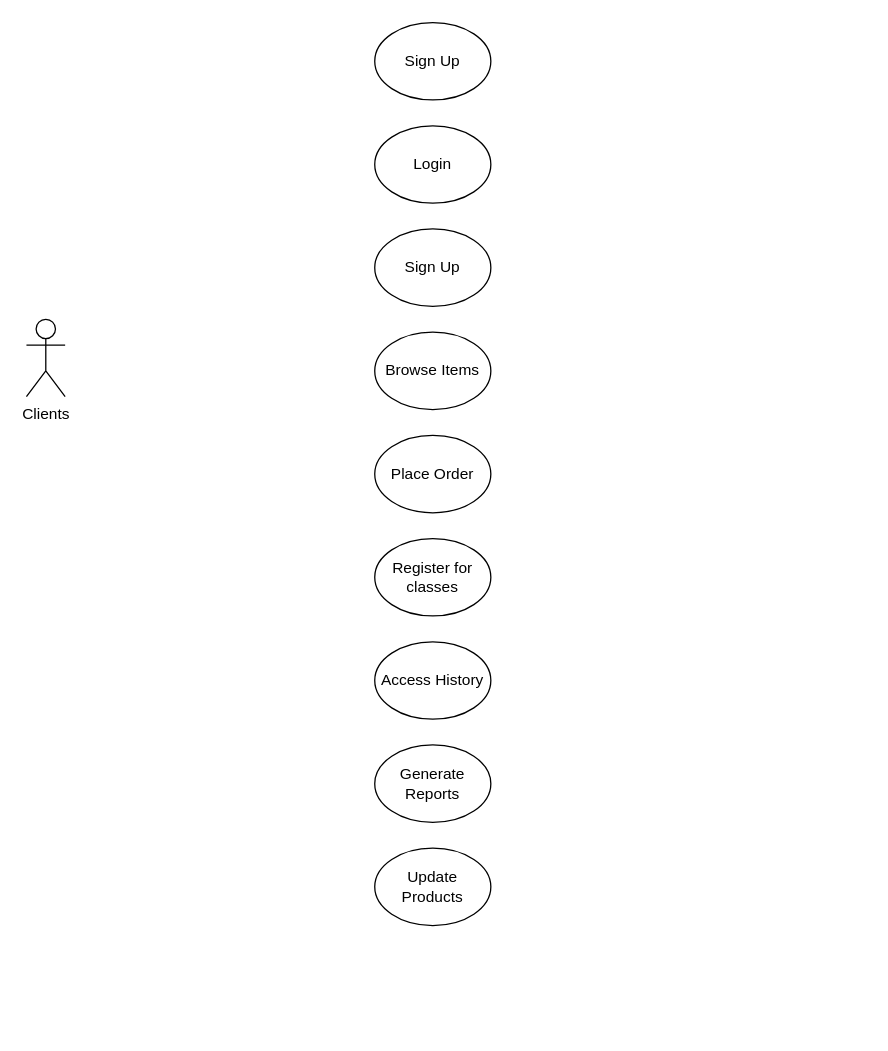
Earlier version of the draw.io diagram Untitled Diagram.drawio (puterifathimah/fyp). Source tidied: cells renumbered, new cells numbered last; positions are measured from the earlier drawing's top-left corner, leaving out a move shared by most shapes. Both pictures are drawn from the tidied source at 129%, with x=0, y=0 at pixel (26, 22).
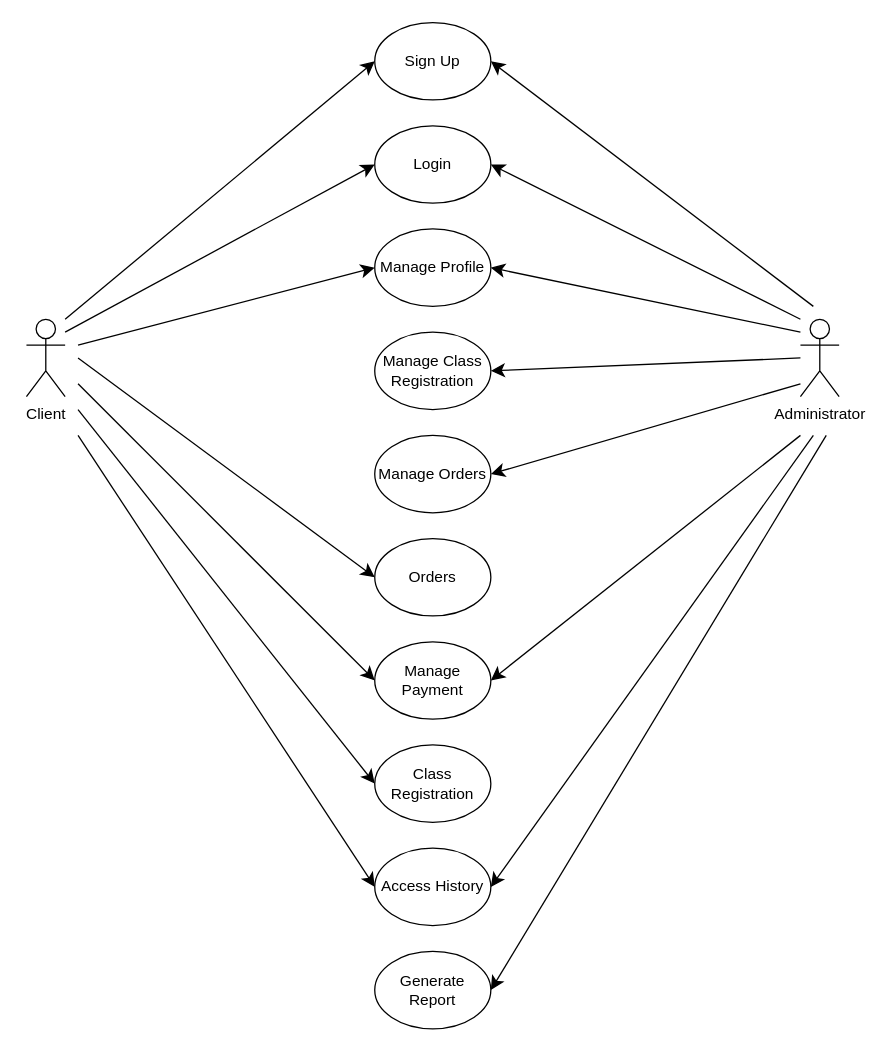
After the change.

Commit message:
USE CASE DIAGRRAM

Unchanged cells that the change refers to:
```xml
<mxCell id="3" value="Sign Up" style="ellipse;whiteSpace=wrap;html=1;" parent="1" vertex="1">
  <mxGeometry x="270" width="90" height="60" as="geometry" />
</mxCell>
<mxCell id="4" value="Login" style="ellipse;whiteSpace=wrap;html=1;" parent="1" vertex="1">
  <mxGeometry x="270" y="80" width="90" height="60" as="geometry" />
</mxCell>
```

Diff of the diagram source:
```diff
@@
-    <mxCell id="2" value="Clients" style="shape=umlActor;verticalLabelPosition=bottom;verticalAlign=top;html=1;" parent="1" vertex="1">
+    <mxCell id="2" value="Client" style="shape=umlActor;verticalLabelPosition=bottom;verticalAlign=top;html=1;" parent="1" vertex="1">
       <mxGeometry y="230" width="30" height="60" as="geometry" />
     </mxCell>
@@
-    <mxCell id="5" value="Sign Up" style="ellipse;whiteSpace=wrap;html=1;" parent="1" vertex="1">
+    <mxCell id="5" value="Manage Profile" style="ellipse;whiteSpace=wrap;html=1;" parent="1" vertex="1">
       <mxGeometry x="270" y="160" width="90" height="60" as="geometry" />
     </mxCell>
-    <mxCell id="6" value="Generate Reports" style="ellipse;whiteSpace=wrap;html=1;" parent="1" vertex="1">
-      <mxGeometry x="270" y="560" width="90" height="60" as="geometry" />
+    <mxCell id="6" value="Generate Report" style="ellipse;whiteSpace=wrap;html=1;" parent="1" vertex="1">
+      <mxGeometry x="270" y="720" width="90" height="60" as="geometry" />
     </mxCell>
-    <mxCell id="7" value="Place Order" style="ellipse;whiteSpace=wrap;html=1;" parent="1" vertex="1">
+    <mxCell id="7" value="Manage Orders" style="ellipse;whiteSpace=wrap;html=1;" parent="1" vertex="1">
       <mxGeometry x="270" y="320" width="90" height="60" as="geometry" />
     </mxCell>
     <mxCell id="8" value="Access History" style="ellipse;whiteSpace=wrap;html=1;" parent="1" vertex="1">
-      <mxGeometry x="270" y="480" width="90" height="60" as="geometry" />
+      <mxGeometry x="270" y="640" width="90" height="60" as="geometry" />
     </mxCell>
-    <mxCell id="9" value="Update Products" style="ellipse;whiteSpace=wrap;html=1;" parent="1" vertex="1">
-      <mxGeometry x="270" y="640" width="90" height="60" as="geometry" />
+    <mxCell id="9" value="Class Registration" style="ellipse;whiteSpace=wrap;html=1;" parent="1" vertex="1">
+      <mxGeometry x="270" y="560" width="90" height="60" as="geometry" />
     </mxCell>
-    <mxCell id="10" value="Browse Items" style="ellipse;whiteSpace=wrap;html=1;" parent="1" vertex="1">
+    <mxCell id="10" value="Manage Class Registration" style="ellipse;whiteSpace=wrap;html=1;" parent="1" vertex="1">
       <mxGeometry x="270" y="240" width="90" height="60" as="geometry" />
     </mxCell>
-    <mxCell id="11" value="Register for classes" style="ellipse;whiteSpace=wrap;html=1;" parent="1" vertex="1">
-      <mxGeometry x="270" y="400" width="90" height="60" as="geometry" />
+    <mxCell id="11" value="Manage Payment" style="ellipse;whiteSpace=wrap;html=1;" parent="1" vertex="1">
+      <mxGeometry x="270" y="480" width="90" height="60" as="geometry" />
     </mxCell>
+    <mxCell id="12" value="Administrator" style="shape=umlActor;verticalLabelPosition=bottom;verticalAlign=top;html=1;" parent="1" vertex="1">
+      <mxGeometry x="600" y="230" width="30" height="60" as="geometry" />
+    </mxCell>
+    <mxCell id="13" style="endArrow=classic;html=1;rounded=0;fontSize=12;startSize=8;endSize=8;curved=1;entryX=0;entryY=0.5;entryDx=0;entryDy=0;" parent="1" edge="1" target="3">
+      <mxGeometry relative="1" as="geometry">
+        <mxPoint x="30" y="230" as="sourcePoint" />
+      </mxGeometry>
+    </mxCell>
+    <mxCell id="14" style="endArrow=classic;html=1;rounded=0;fontSize=12;startSize=8;endSize=8;curved=1;entryX=0;entryY=0.5;entryDx=0;entryDy=0;" parent="1" edge="1" target="4">
+      <mxGeometry relative="1" as="geometry">
+        <mxPoint x="30" y="240" as="sourcePoint" />
+      </mxGeometry>
+    </mxCell>
+    <mxCell id="15" style="endArrow=classic;html=1;rounded=0;fontSize=12;startSize=8;endSize=8;curved=1;entryX=0;entryY=0.5;entryDx=0;entryDy=0;" parent="1" edge="1" target="5">
+      <mxGeometry relative="1" as="geometry">
+        <mxPoint x="40" y="250" as="sourcePoint" />
+      </mxGeometry>
+    </mxCell>
+    <mxCell id="16" style="endArrow=classic;html=1;rounded=0;fontSize=12;startSize=8;endSize=8;curved=1;entryX=0;entryY=0.5;entryDx=0;entryDy=0;" parent="1" edge="1" target="17">
+      <mxGeometry relative="1" as="geometry">
+        <mxPoint x="40" y="260" as="sourcePoint" />
+      </mxGeometry>
+    </mxCell>
+    <mxCell id="17" value="Orders" style="ellipse;whiteSpace=wrap;html=1;" parent="1" vertex="1">
+      <mxGeometry x="270" y="400" width="90" height="60" as="geometry" />
+    </mxCell>
+    <mxCell id="18" style="endArrow=classic;html=1;rounded=0;fontSize=12;startSize=8;endSize=8;curved=1;entryX=0;entryY=0.5;entryDx=0;entryDy=0;" parent="1" edge="1" target="11">
+      <mxGeometry relative="1" as="geometry">
+        <mxPoint x="40" y="280" as="sourcePoint" />
+      </mxGeometry>
+    </mxCell>
+    <mxCell id="19" style="endArrow=classic;html=1;rounded=0;fontSize=12;startSize=8;endSize=8;curved=1;entryX=0;entryY=0.5;entryDx=0;entryDy=0;" parent="1" edge="1" target="9">
+      <mxGeometry relative="1" as="geometry">
+        <mxPoint x="40" y="300" as="sourcePoint" />
+      </mxGeometry>
+    </mxCell>
+    <mxCell id="20" style="endArrow=classic;html=1;rounded=0;fontSize=12;startSize=8;endSize=8;curved=1;entryX=0;entryY=0.5;entryDx=0;entryDy=0;" parent="1" edge="1" target="8">
+      <mxGeometry relative="1" as="geometry">
+        <mxPoint x="40" y="320" as="sourcePoint" />
+      </mxGeometry>
+    </mxCell>
+    <mxCell id="21" style="endArrow=classic;html=1;rounded=0;fontSize=12;startSize=8;endSize=8;curved=1;entryX=1;entryY=0.5;entryDx=0;entryDy=0;" parent="1" edge="1" target="3">
+      <mxGeometry relative="1" as="geometry">
+        <mxPoint x="610" y="220" as="sourcePoint" />
+      </mxGeometry>
+    </mxCell>
+    <mxCell id="22" style="endArrow=classic;html=1;rounded=0;fontSize=12;startSize=8;endSize=8;curved=1;entryX=1;entryY=0.5;entryDx=0;entryDy=0;" parent="1" edge="1" target="4">
+      <mxGeometry relative="1" as="geometry">
+        <mxPoint x="600" y="230" as="sourcePoint" />
+      </mxGeometry>
+    </mxCell>
+    <mxCell id="23" style="endArrow=classic;html=1;rounded=0;fontSize=12;startSize=8;endSize=8;curved=1;entryX=1;entryY=0.5;entryDx=0;entryDy=0;" parent="1" edge="1" target="5">
+      <mxGeometry relative="1" as="geometry">
+        <mxPoint x="600" y="240" as="sourcePoint" />
+      </mxGeometry>
+    </mxCell>
+    <mxCell id="24" style="endArrow=classic;html=1;rounded=0;fontSize=12;startSize=8;endSize=8;curved=1;entryX=1;entryY=0.5;entryDx=0;entryDy=0;" parent="1" edge="1" target="10">
+      <mxGeometry relative="1" as="geometry">
+        <mxPoint x="600" y="260" as="sourcePoint" />
+      </mxGeometry>
+    </mxCell>
+    <mxCell id="25" style="endArrow=classic;html=1;rounded=0;fontSize=12;startSize=8;endSize=8;curved=1;entryX=1;entryY=0.5;entryDx=0;entryDy=0;" parent="1" edge="1" target="7">
+      <mxGeometry relative="1" as="geometry">
+        <mxPoint x="600" y="280" as="sourcePoint" />
+      </mxGeometry>
+    </mxCell>
+    <mxCell id="26" style="endArrow=classic;html=1;rounded=0;fontSize=12;startSize=8;endSize=8;curved=1;entryX=1;entryY=0.5;entryDx=0;entryDy=0;" parent="1" edge="1" target="11">
+      <mxGeometry relative="1" as="geometry">
+        <mxPoint x="600" y="320" as="sourcePoint" />
+      </mxGeometry>
+    </mxCell>
+    <mxCell id="27" style="endArrow=classic;html=1;rounded=0;fontSize=12;startSize=8;endSize=8;curved=1;entryX=1;entryY=0.5;entryDx=0;entryDy=0;" parent="1" edge="1" target="8">
+      <mxGeometry relative="1" as="geometry">
+        <mxPoint x="610" y="320" as="sourcePoint" />
+      </mxGeometry>
+    </mxCell>
+    <mxCell id="28" style="endArrow=classic;html=1;rounded=0;fontSize=12;startSize=8;endSize=8;curved=1;entryX=1;entryY=0.5;entryDx=0;entryDy=0;" parent="1" edge="1" target="6">
+      <mxGeometry relative="1" as="geometry">
+        <mxPoint x="620" y="320" as="sourcePoint" />
+      </mxGeometry>
+    </mxCell>
```
